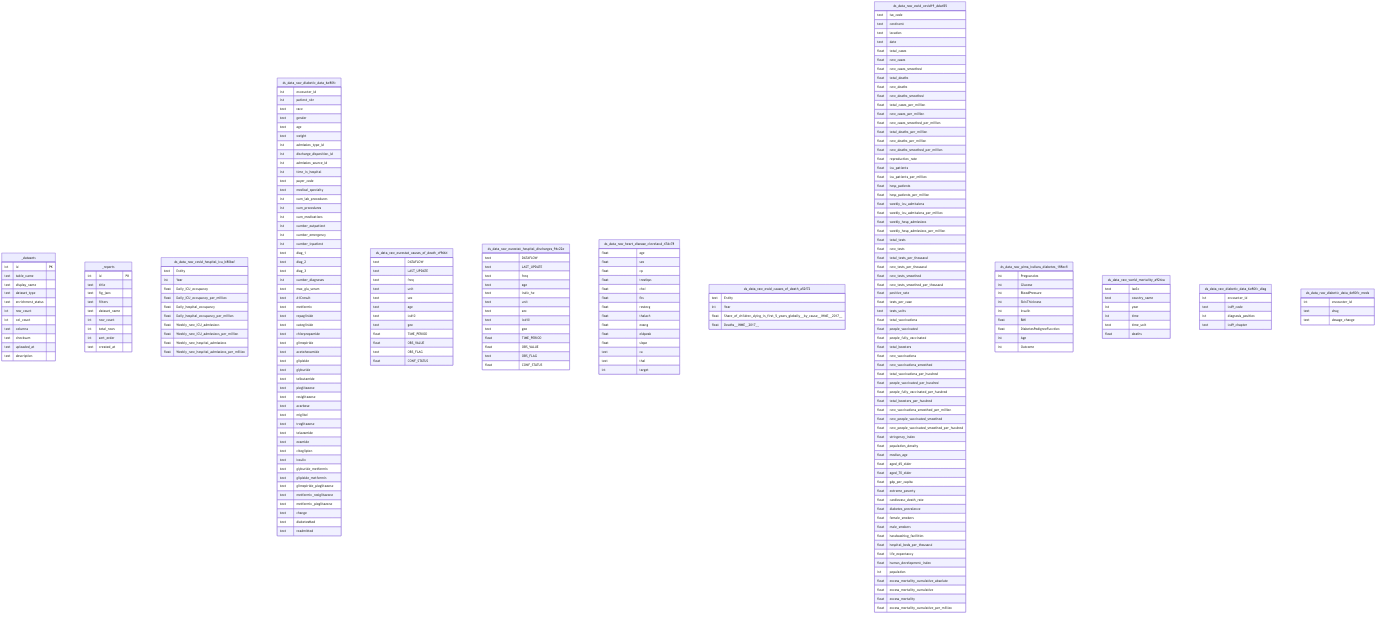
Earlier version of the Mermaid export docs/diagrams/er_diagram.png (lukaszpaciorkowski/alk_projektsemestralny2). Its source is kept beside it as docs/diagrams/er_diagram.mmd.
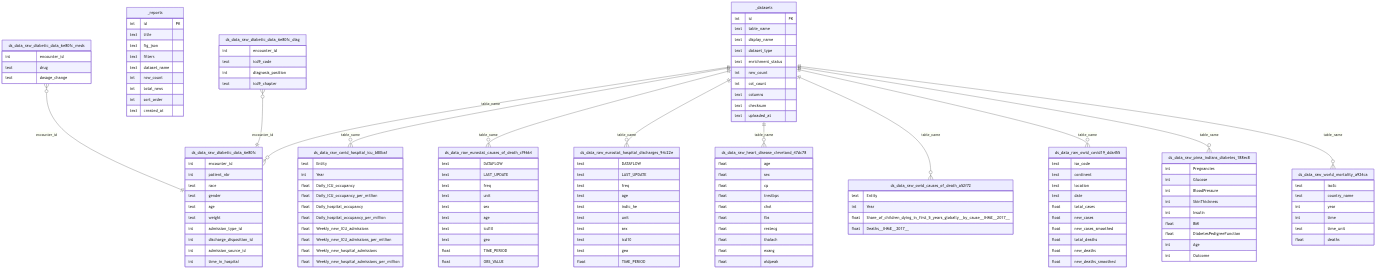
The same diagram one commit later.

Commit message:
feat: ER diagram with truncation, full table coverage, and all relationships

Diff of the diagram source:
```diff
@@ -10,7 +10,6 @@
         text columns
         text checksum
         text uploaded_at
-        text description
     }
     _reports {
         int id PK
@@ -46,46 +45,6 @@
         int discharge_disposition_id
         int admission_source_id
         int time_in_hospital
-        text payer_code
-        text medical_specialty
-        int num_lab_procedures
-        int num_procedures
-        int num_medications
-        int number_outpatient
-        int number_emergency
-        int number_inpatient
-        text diag_1
-        text diag_2
-        text diag_3
-        int number_diagnoses
-        text max_glu_serum
-        text A1Cresult
-        text metformin
-        text repaglinide
-        text nateglinide
-        text chlorpropamide
-        text glimepiride
-        text acetohexamide
-        text glipizide
-        text glyburide
-        text tolbutamide
-        text pioglitazone
-        text rosiglitazone
-        text acarbose
-        text miglitol
-        text troglitazone
-        text tolazamide
-        text examide
-        text citoglipton
-        text insulin
-        text glyburide_metformin
-        text glipizide_metformin
-        text glimepiride_pioglitazone
-        text metformin_rosiglitazone
-        text metformin_pioglitazone
-        text change
-        text diabetesMed
-        text readmitted
     }
     ds_data_raw_eurostat_causes_of_death_cf9664 {
         text DATAFLOW
@@ -98,8 +57,6 @@
         text geo
         float TIME_PERIOD
         float OBS_VALUE
-        text OBS_FLAG
-        float CONF_STATUS
     }
     ds_data_raw_eurostat_hospital_discharges_94c22e {
         text DATAFLOW
@@ -112,9 +69,6 @@
         text icd10
         text geo
         float TIME_PERIOD
-        float OBS_VALUE
-        text OBS_FLAG
-        float CONF_STATUS
     }
     ds_data_raw_heart_disease_cleveland_47dc78 {
         float age
@@ -127,10 +81,6 @@
         float thalach
         float exang
         float oldpeak
-        float slope
-        text ca
-        text thal
-        int target
     }
     ds_data_raw_owid_causes_of_death_a52f72 {
         text Entity
@@ -149,63 +99,6 @@
         float total_deaths
         float new_deaths
         float new_deaths_smoothed
-        float total_cases_per_million
-        float new_cases_per_million
-        float new_cases_smoothed_per_million
-        float total_deaths_per_million
-        float new_deaths_per_million
-        float new_deaths_smoothed_per_million
-        float reproduction_rate
-        float icu_patients
-        float icu_patients_per_million
-        float hosp_patients
-        float hosp_patients_per_million
-        float weekly_icu_admissions
-        float weekly_icu_admissions_per_million
-        float weekly_hosp_admissions
-        float weekly_hosp_admissions_per_million
-        float total_tests
-        float new_tests
-        float total_tests_per_thousand
-        float new_tests_per_thousand
-        float new_tests_smoothed
-        float new_tests_smoothed_per_thousand
-        float positive_rate
-        float tests_per_case
-        text tests_units
-        float total_vaccinations
-        float people_vaccinated
-        float people_fully_vaccinated
-        float total_boosters
-        float new_vaccinations
-        float new_vaccinations_smoothed
-        float total_vaccinations_per_hundred
-        float people_vaccinated_per_hundred
-        float people_fully_vaccinated_per_hundred
-        float total_boosters_per_hundred
-        float new_vaccinations_smoothed_per_million
-        float new_people_vaccinated_smoothed
-        float new_people_vaccinated_smoothed_per_hundred
-        float stringency_index
-        float population_density
-        float median_age
-        float aged_65_older
-        float aged_70_older
-        float gdp_per_capita
-        float extreme_poverty
-        float cardiovasc_death_rate
-        float diabetes_prevalence
-        float female_smokers
-        float male_smokers
-        float handwashing_facilities
-        float hospital_beds_per_thousand
-        float life_expectancy
-        float human_development_index
-        int population
-        float excess_mortality_cumulative_absolute
-        float excess_mortality_cumulative
-        float excess_mortality
-        float excess_mortality_cumulative_per_million
     }
     ds_data_raw_pima_indians_diabetes_188ec8 {
         int Pregnancies
@@ -237,3 +130,15 @@
         text drug
         text dosage_change
     }
+
+    _datasets ||--o{ ds_data_raw_covid_hospital_icu_b80baf : "table_name"
+    _datasets ||--o{ ds_data_raw_diabetic_data_6e80fc : "table_name"
+    _datasets ||--o{ ds_data_raw_eurostat_causes_of_death_cf9664 : "table_name"
+    _datasets ||--o{ ds_data_raw_eurostat_hospital_discharges_94c22e : "table_name"
+    _datasets ||--o{ ds_data_raw_heart_disease_cleveland_47dc78 : "table_name"
+    _datasets ||--o{ ds_data_raw_owid_causes_of_death_a52f72 : "table_name"
+    _datasets ||--o{ ds_data_raw_owid_covid19_dda455 : "table_name"
+    _datasets ||--o{ ds_data_raw_pima_indians_diabetes_188ec8 : "table_name"
+    _datasets ||--o{ ds_data_raw_world_mortality_a924ca : "table_name"
+    ds_data_raw_diabetic_data_6e80fc_diag }o--|| ds_data_raw_diabetic_data_6e80fc : "encounter_id"
+    ds_data_raw_diabetic_data_6e80fc_meds }o--|| ds_data_raw_diabetic_data_6e80fc : "encounter_id"
```
